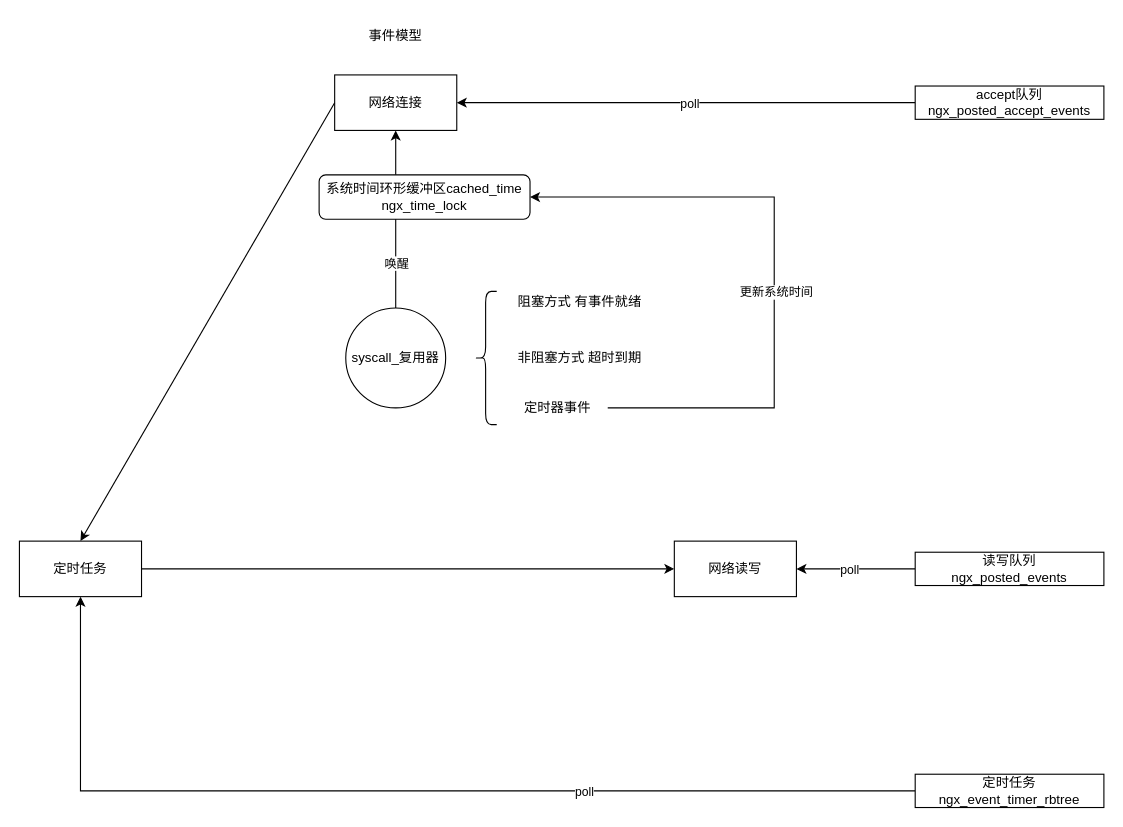
This is my_docs/nginx/event.drawio from Bannirui/Bannirui.github.io, a draw.io file, before an edit. Source tidied: cells renumbered, new cells numbered last; positions are measured from the earlier drawing's top-left corner, leaving out a move shared by most shapes. Both pictures are drawn from the tidied source at 111%, with x=0, y=0 at pixel (19, 19).
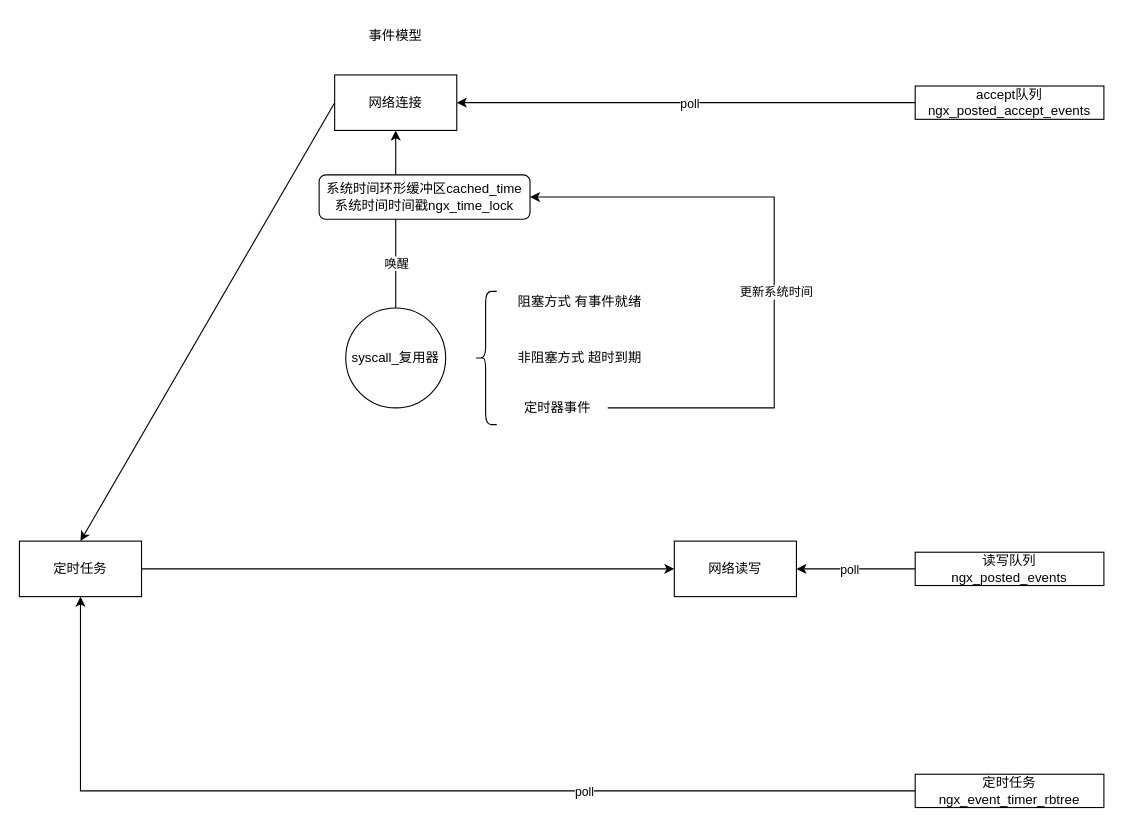
The same diagram, later.

The edit, as a diff of the source:
```diff
@@
-    <mxCell id="19" value="系统时间环形缓冲区&lt;span style=&quot;background-color: transparent; color: light-dark(rgb(0, 0, 0), rgb(255, 255, 255));&quot;&gt;cached_time&lt;/span&gt;&lt;div&gt;ngx_time_lock&lt;/div&gt;" style="rounded=1;whiteSpace=wrap;html=1;" parent="1" vertex="1">
+    <mxCell id="19" value="系统时间环形缓冲区&lt;span style=&quot;background-color: transparent; color: light-dark(rgb(0, 0, 0), rgb(255, 255, 255));&quot;&gt;cached_time&lt;/span&gt;&lt;div&gt;系统时间时间戳ngx_time_lock&lt;/div&gt;" style="rounded=1;whiteSpace=wrap;html=1;" parent="1" vertex="1">
       <mxGeometry x="270" y="140" width="190" height="40" as="geometry" />
     </mxCell>
```
